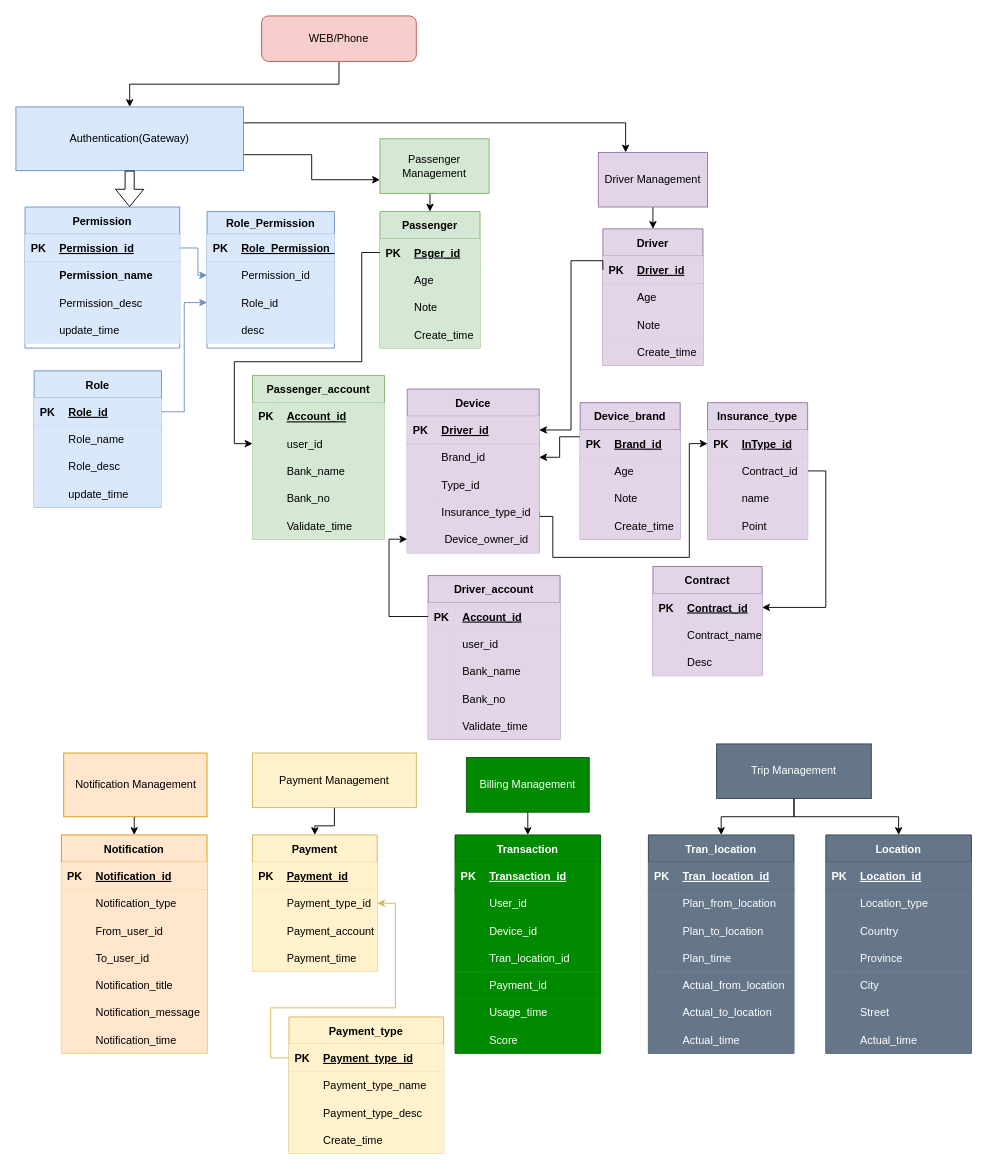
JackZhao2517/drawio_folder keeps this draw.io diagram as DD_DB Arch view.drawio. Above is the earlier version. Source tidied: cells renumbered, new cells numbered last; positions are measured from the earlier drawing's top-left corner, leaving out a move shared by most shapes. Both pictures are drawn from the tidied source at 91%, with x=0, y=0 at pixel (15, 15).
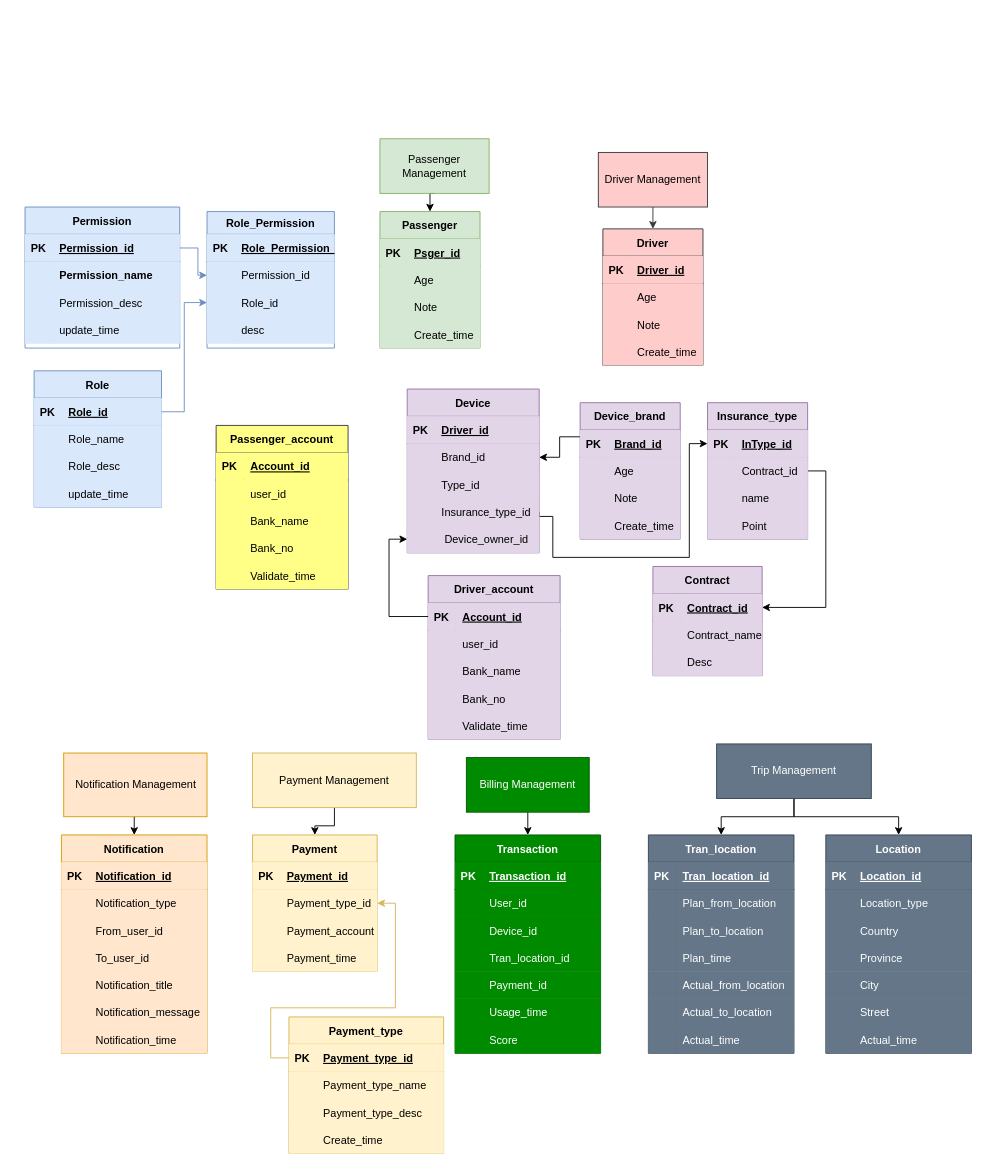
Above is the later version.

The change refers to these unchanged cells:
```xml
<mxCell id="5" value="Permission" style="shape=table;startSize=30;childLayout=tableLayout;rowLines=0;fontStyle=1;align=center;fillColor=#dae8fc;strokeColor=#6c8ebf;" parent="1" vertex="1">
  <mxGeometry x="10" y="210" width="170" height="155" as="geometry" />
</mxCell>
<mxCell id="49" style="shape=partialRectangle;fillColor=#d5e8d4;top=0;left=0;bottom=1;right=0;points=[[0,0.5],[1,0.5]];portConstraint=eastwest;strokeColor=#82b366;" parent="48" vertex="1">
  <mxGeometry y="30" width="110" height="30" as="geometry" />
</mxCell>
<mxCell id="75" value="Passenger Management" style="rounded=0;whiteSpace=wrap;html=1;fillColor=#d5e8d4;strokeColor=#82b366;" parent="1" vertex="1">
  <mxGeometry x="400" y="135" width="120" height="60" as="geometry" />
</mxCell>
<mxCell id="80" value="Device" style="shape=table;startSize=30;childLayout=tableLayout;rowLines=0;fontStyle=1;align=center;fillColor=#e1d5e7;strokeColor=#9673a6;" parent="1" vertex="1">
  <mxGeometry x="430" y="410" width="145" height="180" as="geometry" />
</mxCell>
```

Change to the diagram source:
```diff
@@
-    <mxCell id="2" style="edgeStyle=orthogonalEdgeStyle;rounded=0;jettySize=auto;html=1;exitX=1;exitY=0.75;exitDx=0;exitDy=0;entryX=0;entryY=0.75;entryDx=0;entryDy=0;" parent="1" edge="1" source="4" target="75">
-      <mxGeometry relative="1" as="geometry" />
-    </mxCell>
-    <mxCell id="3" style="edgeStyle=orthogonalEdgeStyle;rounded=0;jettySize=auto;html=1;exitX=1;exitY=0.25;exitDx=0;exitDy=0;entryX=0.25;entryY=0;entryDx=0;entryDy=0;" parent="1" edge="1" source="4" target="77">
-      <mxGeometry relative="1" as="geometry" />
-    </mxCell>
-    <mxCell id="4" value="Authentication(Gateway)" style="rounded=0;whiteSpace=wrap;html=1;fillColor=#dae8fc;strokeColor=#6c8ebf;" parent="1" vertex="1">
-      <mxGeometry y="100" width="250" height="70" as="geometry" />
-    </mxCell>
@@
-    <mxCell id="46" style="edgeStyle=orthogonalEdgeStyle;rounded=0;jettySize=auto;html=1;exitX=0.5;exitY=1;exitDx=0;exitDy=0;entryX=0.5;entryY=0;entryDx=0;entryDy=0;" parent="1" edge="1" source="47" target="4">
-      <mxGeometry relative="1" as="geometry" />
-    </mxCell>
-    <mxCell id="47" value="WEB/Phone" style="rounded=1;whiteSpace=wrap;html=1;fillColor=#f8cecc;strokeColor=#b85450;" parent="1" vertex="1">
-      <mxGeometry x="270" width="170" height="50" as="geometry" />
-    </mxCell>
@@
-    <mxCell id="61" value="Driver" style="shape=table;startSize=30;childLayout=tableLayout;rowLines=0;fontStyle=1;align=center;fillColor=#e1d5e7;strokeColor=#9673a6;" parent="1" vertex="1">
+    <mxCell id="61" value="Driver" style="shape=table;startSize=30;childLayout=tableLayout;rowLines=0;fontStyle=1;align=center;fillColor=#ffcccc;strokeColor=#36393d;" parent="1" vertex="1">
       <mxGeometry x="645" y="234" width="110" height="150" as="geometry" />
     </mxCell>
-    <mxCell id="62" style="shape=partialRectangle;fillColor=#e1d5e7;top=0;left=0;bottom=1;right=0;points=[[0,0.5],[1,0.5]];portConstraint=eastwest;strokeColor=#9673a6;" parent="61" vertex="1">
+    <mxCell id="62" style="shape=partialRectangle;fillColor=#ffcccc;top=0;left=0;bottom=1;right=0;points=[[0,0.5],[1,0.5]];portConstraint=eastwest;strokeColor=#36393d;" parent="61" vertex="1">
       <mxGeometry y="30" width="110" height="30" as="geometry" />
     </mxCell>
-    <mxCell id="63" value="PK" style="shape=partialRectangle;fillColor=#e1d5e7;top=0;left=0;bottom=0;right=0;fontStyle=1;overflow=hidden;strokeColor=#9673a6;" parent="62" vertex="1">
+    <mxCell id="63" value="PK" style="shape=partialRectangle;fillColor=#ffcccc;top=0;left=0;bottom=0;right=0;fontStyle=1;overflow=hidden;strokeColor=#36393d;" parent="62" vertex="1">
       <mxGeometry width="30" height="30" as="geometry" />
     </mxCell>
-    <mxCell id="64" value="Driver_id" style="shape=partialRectangle;fillColor=#e1d5e7;top=0;left=0;bottom=0;right=0;align=left;spacingLeft=6;fontStyle=5;overflow=hidden;strokeColor=#9673a6;" parent="62" vertex="1">
+    <mxCell id="64" value="Driver_id" style="shape=partialRectangle;fillColor=#ffcccc;top=0;left=0;bottom=0;right=0;align=left;spacingLeft=6;fontStyle=5;overflow=hidden;strokeColor=#36393d;" parent="62" vertex="1">
       <mxGeometry x="30" width="80" height="30" as="geometry" />
     </mxCell>
-    <mxCell id="65" style="shape=partialRectangle;fillColor=#e1d5e7;top=0;left=0;bottom=0;right=0;strokeColor=#9673a6;" parent="61" vertex="1">
+    <mxCell id="65" style="shape=partialRectangle;fillColor=#ffcccc;top=0;left=0;bottom=0;right=0;strokeColor=#36393d;" parent="61" vertex="1">
       <mxGeometry y="60" width="110" height="30" as="geometry" />
     </mxCell>
-    <mxCell id="66" style="shape=partialRectangle;fillColor=#e1d5e7;top=0;left=0;bottom=0;right=0;overflow=hidden;strokeColor=#9673a6;" parent="65" vertex="1">
+    <mxCell id="66" style="shape=partialRectangle;fillColor=#ffcccc;top=0;left=0;bottom=0;right=0;overflow=hidden;strokeColor=#36393d;" parent="65" vertex="1">
       <mxGeometry width="30" height="30" as="geometry" />
     </mxCell>
-    <mxCell id="67" value="Age" style="shape=partialRectangle;fillColor=#e1d5e7;top=0;left=0;bottom=0;right=0;align=left;spacingLeft=6;overflow=hidden;strokeColor=#9673a6;" parent="65" vertex="1">
+    <mxCell id="67" value="Age" style="shape=partialRectangle;fillColor=#ffcccc;top=0;left=0;bottom=0;right=0;align=left;spacingLeft=6;overflow=hidden;strokeColor=#36393d;" parent="65" vertex="1">
       <mxGeometry x="30" width="80" height="30" as="geometry" />
     </mxCell>
-    <mxCell id="68" style="shape=partialRectangle;fillColor=#e1d5e7;top=0;left=0;bottom=0;right=0;strokeColor=#9673a6;" parent="61" vertex="1">
+    <mxCell id="68" style="shape=partialRectangle;fillColor=#ffcccc;top=0;left=0;bottom=0;right=0;strokeColor=#36393d;" parent="61" vertex="1">
       <mxGeometry y="90" width="110" height="30" as="geometry" />
     </mxCell>
-    <mxCell id="69" style="shape=partialRectangle;fillColor=#e1d5e7;top=0;left=0;bottom=0;right=0;overflow=hidden;strokeColor=#9673a6;" parent="68" vertex="1">
+    <mxCell id="69" style="shape=partialRectangle;fillColor=#ffcccc;top=0;left=0;bottom=0;right=0;overflow=hidden;strokeColor=#36393d;" parent="68" vertex="1">
       <mxGeometry width="30" height="30" as="geometry" />
     </mxCell>
-    <mxCell id="70" value="Note" style="shape=partialRectangle;fillColor=#e1d5e7;top=0;left=0;bottom=0;right=0;align=left;spacingLeft=6;overflow=hidden;strokeColor=#9673a6;" parent="68" vertex="1">
+    <mxCell id="70" value="Note" style="shape=partialRectangle;fillColor=#ffcccc;top=0;left=0;bottom=0;right=0;align=left;spacingLeft=6;overflow=hidden;strokeColor=#36393d;" parent="68" vertex="1">
       <mxGeometry x="30" width="80" height="30" as="geometry" />
     </mxCell>
-    <mxCell id="71" style="shape=partialRectangle;fillColor=#e1d5e7;top=0;left=0;bottom=0;right=0;strokeColor=#9673a6;" parent="61" vertex="1">
+    <mxCell id="71" style="shape=partialRectangle;fillColor=#ffcccc;top=0;left=0;bottom=0;right=0;strokeColor=#36393d;" parent="61" vertex="1">
       <mxGeometry y="120" width="110" height="30" as="geometry" />
     </mxCell>
-    <mxCell id="72" style="shape=partialRectangle;fillColor=#e1d5e7;top=0;left=0;bottom=0;right=0;overflow=hidden;strokeColor=#9673a6;" parent="71" vertex="1">
+    <mxCell id="72" style="shape=partialRectangle;fillColor=#ffcccc;top=0;left=0;bottom=0;right=0;overflow=hidden;strokeColor=#36393d;" parent="71" vertex="1">
       <mxGeometry width="30" height="30" as="geometry" />
     </mxCell>
-    <mxCell id="73" value="Create_time" style="shape=partialRectangle;fillColor=#e1d5e7;top=0;left=0;bottom=0;right=0;align=left;spacingLeft=6;overflow=hidden;strokeColor=#9673a6;" parent="71" vertex="1">
+    <mxCell id="73" value="Create_time" style="shape=partialRectangle;fillColor=#ffcccc;top=0;left=0;bottom=0;right=0;align=left;spacingLeft=6;overflow=hidden;strokeColor=#36393d;" parent="71" vertex="1">
       <mxGeometry x="30" width="80" height="30" as="geometry" />
     </mxCell>
@@
-    <mxCell id="76" style="edgeStyle=orthogonalEdgeStyle;rounded=0;jettySize=auto;html=1;exitX=0.5;exitY=1;exitDx=0;exitDy=0;entryX=0.5;entryY=0;entryDx=0;entryDy=0;" parent="1" edge="1" source="77" target="61">
+    <mxCell id="76" style="edgeStyle=orthogonalEdgeStyle;rounded=0;jettySize=auto;html=1;exitX=0.5;exitY=1;exitDx=0;exitDy=0;entryX=0.5;entryY=0;entryDx=0;entryDy=0;fillColor=#ffcccc;strokeColor=#36393d;" parent="1" edge="1" source="77" target="61">
       <mxGeometry relative="1" as="geometry" />
     </mxCell>
-    <mxCell id="77" value="Driver Management" style="rounded=0;whiteSpace=wrap;html=1;fillColor=#e1d5e7;strokeColor=#9673a6;" parent="1" vertex="1">
+    <mxCell id="77" value="Driver Management" style="rounded=0;whiteSpace=wrap;html=1;fillColor=#ffcccc;strokeColor=#36393d;" parent="1" vertex="1">
       <mxGeometry x="640" y="150" width="120" height="60" as="geometry" />
     </mxCell>
-    <mxCell id="78" style="shape=flexArrow;endArrow=classic;html=1;exitX=0.5;exitY=1;exitDx=0;exitDy=0;entryX=0.676;entryY=0;entryDx=0;entryDy=0;entryPerimeter=0;" parent="1" edge="1" source="4" target="5">
-      <mxGeometry relative="1" as="geometry" />
-    </mxCell>
@@
-    <mxCell id="124" style="edgeStyle=orthogonalEdgeStyle;rounded=0;jettySize=auto;html=1;exitX=0;exitY=0.5;exitDx=0;exitDy=0;entryX=1;entryY=0.25;entryDx=0;entryDy=0;" parent="1" edge="1" source="62" target="80">
-      <mxGeometry relative="1" as="geometry">
-        <Array as="points">
-          <mxPoint x="645" y="269" />
-          <mxPoint x="610" y="269" />
-          <mxPoint x="610" y="455" />
-        </Array>
-      </mxGeometry>
-    </mxCell>
@@
-    <mxCell id="276" value="Passenger_account" style="shape=table;startSize=30;childLayout=tableLayout;rowLines=0;fontStyle=1;align=center;fillColor=#d5e8d4;strokeColor=#82b366;" parent="1" vertex="1">
-      <mxGeometry x="260" y="395" width="145" height="180" as="geometry" />
+    <mxCell id="276" value="Passenger_account" style="shape=table;startSize=30;childLayout=tableLayout;rowLines=0;fontStyle=1;align=center;fillColor=#ffff88;strokeColor=#36393d;" parent="1" vertex="1">
+      <mxGeometry x="220" y="450" width="145" height="180" as="geometry" />
     </mxCell>
-    <mxCell id="277" style="shape=partialRectangle;fillColor=#d5e8d4;top=0;left=0;bottom=1;right=0;strokeColor=#82b366;" parent="276" vertex="1">
+    <mxCell id="277" style="shape=partialRectangle;fillColor=#ffff88;top=0;left=0;bottom=1;right=0;strokeColor=#36393d;" parent="276" vertex="1">
       <mxGeometry y="30" width="145" height="30" as="geometry" />
     </mxCell>
-    <mxCell id="278" value="PK" style="shape=partialRectangle;fillColor=#d5e8d4;top=0;left=0;bottom=0;right=0;fontStyle=1;overflow=hidden;strokeColor=#82b366;" parent="277" vertex="1">
+    <mxCell id="278" value="PK" style="shape=partialRectangle;fillColor=#ffff88;top=0;left=0;bottom=0;right=0;fontStyle=1;overflow=hidden;strokeColor=#36393d;" parent="277" vertex="1">
       <mxGeometry width="30" height="30" as="geometry" />
     </mxCell>
-    <mxCell id="279" value="Account_id" style="shape=partialRectangle;fillColor=#d5e8d4;top=0;left=0;bottom=0;right=0;align=left;spacingLeft=6;fontStyle=5;overflow=hidden;strokeColor=#82b366;" parent="277" vertex="1">
+    <mxCell id="279" value="Account_id" style="shape=partialRectangle;fillColor=#ffff88;top=0;left=0;bottom=0;right=0;align=left;spacingLeft=6;fontStyle=5;overflow=hidden;strokeColor=#36393d;" parent="277" vertex="1">
       <mxGeometry x="30" width="115" height="30" as="geometry" />
     </mxCell>
-    <mxCell id="280" style="shape=partialRectangle;fillColor=#d5e8d4;top=0;left=0;bottom=0;right=0;points=[[0,0.5],[1,0.5]];portConstraint=eastwest;strokeColor=#82b366;" parent="276" vertex="1">
+    <mxCell id="280" style="shape=partialRectangle;fillColor=#ffff88;top=0;left=0;bottom=0;right=0;points=[[0,0.5],[1,0.5]];portConstraint=eastwest;strokeColor=#36393d;" parent="276" vertex="1">
       <mxGeometry y="60" width="145" height="30" as="geometry" />
     </mxCell>
-    <mxCell id="281" style="shape=partialRectangle;fillColor=#d5e8d4;top=0;left=0;bottom=0;right=0;overflow=hidden;strokeColor=#82b366;" parent="280" vertex="1">
+    <mxCell id="281" style="shape=partialRectangle;fillColor=#ffff88;top=0;left=0;bottom=0;right=0;overflow=hidden;strokeColor=#36393d;" parent="280" vertex="1">
       <mxGeometry width="30" height="30" as="geometry" />
     </mxCell>
-    <mxCell id="282" value="user_id" style="shape=partialRectangle;fillColor=#d5e8d4;top=0;left=0;bottom=0;right=0;align=left;spacingLeft=6;overflow=hidden;strokeColor=#82b366;" parent="280" vertex="1">
+    <mxCell id="282" value="user_id" style="shape=partialRectangle;fillColor=#ffff88;top=0;left=0;bottom=0;right=0;align=left;spacingLeft=6;overflow=hidden;strokeColor=#36393d;" parent="280" vertex="1">
       <mxGeometry x="30" width="115" height="30" as="geometry" />
     </mxCell>
-    <mxCell id="283" style="shape=partialRectangle;fillColor=#d5e8d4;top=0;left=0;bottom=0;right=0;strokeColor=#82b366;" parent="276" vertex="1">
+    <mxCell id="283" style="shape=partialRectangle;fillColor=#ffff88;top=0;left=0;bottom=0;right=0;strokeColor=#36393d;" parent="276" vertex="1">
       <mxGeometry y="90" width="145" height="30" as="geometry" />
     </mxCell>
-    <mxCell id="284" style="shape=partialRectangle;fillColor=#d5e8d4;top=0;left=0;bottom=0;right=0;overflow=hidden;strokeColor=#82b366;" parent="283" vertex="1">
+    <mxCell id="284" style="shape=partialRectangle;fillColor=#ffff88;top=0;left=0;bottom=0;right=0;overflow=hidden;strokeColor=#36393d;" parent="283" vertex="1">
       <mxGeometry width="30" height="30" as="geometry" />
     </mxCell>
-    <mxCell id="285" value="Bank_name" style="shape=partialRectangle;fillColor=#d5e8d4;top=0;left=0;bottom=0;right=0;align=left;spacingLeft=6;overflow=hidden;strokeColor=#82b366;" parent="283" vertex="1">
+    <mxCell id="285" value="Bank_name" style="shape=partialRectangle;fillColor=#ffff88;top=0;left=0;bottom=0;right=0;align=left;spacingLeft=6;overflow=hidden;strokeColor=#36393d;" parent="283" vertex="1">
       <mxGeometry x="30" width="115" height="30" as="geometry" />
     </mxCell>
-    <mxCell id="286" style="shape=partialRectangle;fillColor=#d5e8d4;top=0;left=0;bottom=0;right=0;strokeColor=#82b366;" parent="276" vertex="1">
+    <mxCell id="286" style="shape=partialRectangle;fillColor=#ffff88;top=0;left=0;bottom=0;right=0;strokeColor=#36393d;" parent="276" vertex="1">
       <mxGeometry y="120" width="145" height="30" as="geometry" />
     </mxCell>
-    <mxCell id="287" style="shape=partialRectangle;fillColor=#d5e8d4;top=0;left=0;bottom=0;right=0;overflow=hidden;strokeColor=#82b366;" parent="286" vertex="1">
+    <mxCell id="287" style="shape=partialRectangle;fillColor=#ffff88;top=0;left=0;bottom=0;right=0;overflow=hidden;strokeColor=#36393d;" parent="286" vertex="1">
       <mxGeometry width="30" height="30" as="geometry" />
     </mxCell>
-    <mxCell id="288" value="Bank_no" style="shape=partialRectangle;fillColor=#d5e8d4;top=0;left=0;bottom=0;right=0;align=left;spacingLeft=6;overflow=hidden;strokeColor=#82b366;" parent="286" vertex="1">
+    <mxCell id="288" value="Bank_no" style="shape=partialRectangle;fillColor=#ffff88;top=0;left=0;bottom=0;right=0;align=left;spacingLeft=6;overflow=hidden;strokeColor=#36393d;" parent="286" vertex="1">
       <mxGeometry x="30" width="115" height="30" as="geometry" />
     </mxCell>
-    <mxCell id="289" style="shape=partialRectangle;fillColor=#d5e8d4;top=0;left=0;bottom=0;right=0;strokeColor=#82b366;" parent="276" vertex="1">
+    <mxCell id="289" style="shape=partialRectangle;fillColor=#ffff88;top=0;left=0;bottom=0;right=0;strokeColor=#36393d;" parent="276" vertex="1">
       <mxGeometry y="150" width="145" height="30" as="geometry" />
     </mxCell>
-    <mxCell id="290" style="shape=partialRectangle;fillColor=#d5e8d4;top=0;left=0;bottom=0;right=0;overflow=hidden;strokeColor=#82b366;" parent="289" vertex="1">
+    <mxCell id="290" style="shape=partialRectangle;fillColor=#ffff88;top=0;left=0;bottom=0;right=0;overflow=hidden;strokeColor=#36393d;" parent="289" vertex="1">
       <mxGeometry width="30" height="30" as="geometry" />
     </mxCell>
-    <mxCell id="291" value="Validate_time" style="shape=partialRectangle;fillColor=#d5e8d4;top=0;left=0;bottom=0;right=0;align=left;spacingLeft=6;overflow=hidden;strokeColor=#82b366;" parent="289" vertex="1">
+    <mxCell id="291" value="Validate_time" style="shape=partialRectangle;fillColor=#ffff88;top=0;left=0;bottom=0;right=0;align=left;spacingLeft=6;overflow=hidden;strokeColor=#36393d;" parent="289" vertex="1">
       <mxGeometry x="30" width="115" height="30" as="geometry" />
     </mxCell>
-    <mxCell id="292" style="edgeStyle=orthogonalEdgeStyle;rounded=0;jettySize=auto;html=1;exitX=0;exitY=0.5;exitDx=0;exitDy=0;entryX=0;entryY=0.5;entryDx=0;entryDy=0;" parent="1" edge="1" source="49" target="280">
-      <mxGeometry relative="1" as="geometry">
-        <Array as="points">
-          <mxPoint x="380" y="260" />
-          <mxPoint x="380" y="380" />
-          <mxPoint x="240" y="380" />
-          <mxPoint x="240" y="470" />
-        </Array>
-      </mxGeometry>
-    </mxCell>
```
